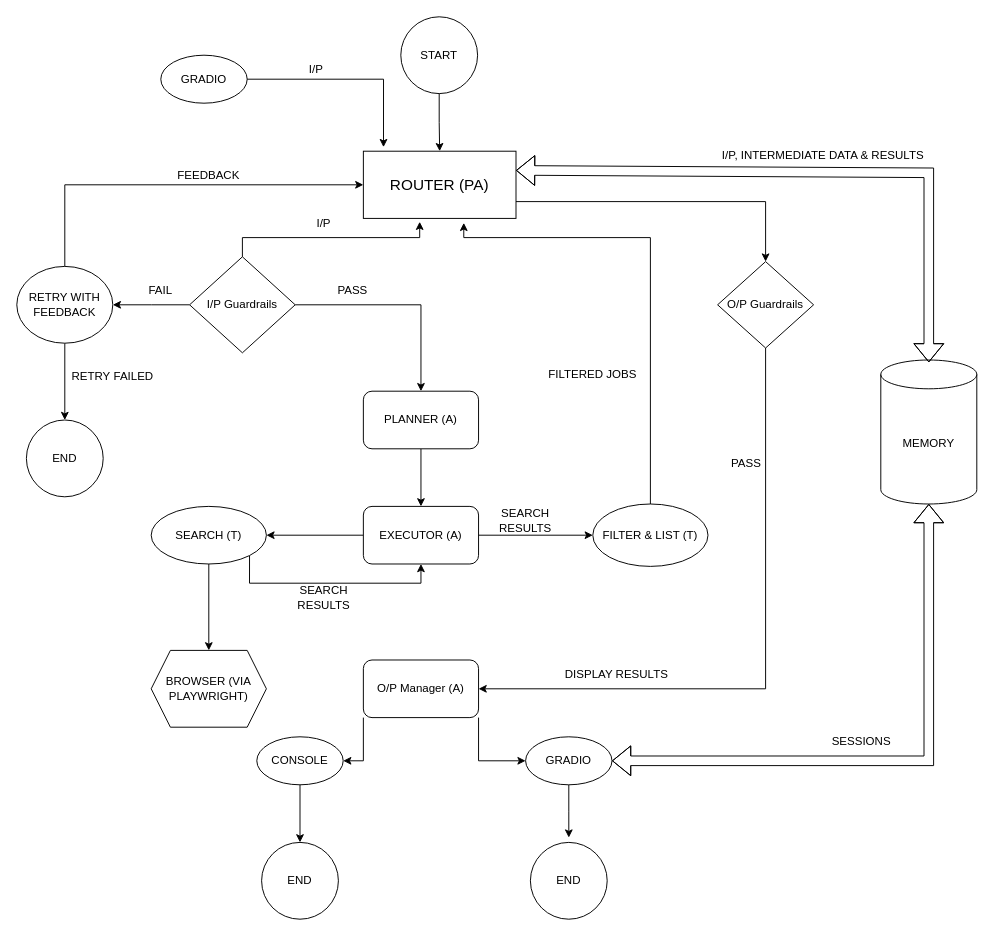
Earlier version of the draw.io diagram 4_langgraph/community_contributions/a3_igniters_amitb/langgraph_assignment.drawio (ed-donner/agents). Source tidied: cells renumbered, new cells numbered last; positions are measured from the earlier drawing's top-left corner, leaving out a move shared by most shapes. Both pictures are drawn from the tidied source at 96%, with x=0, y=0 at pixel (16, 16).
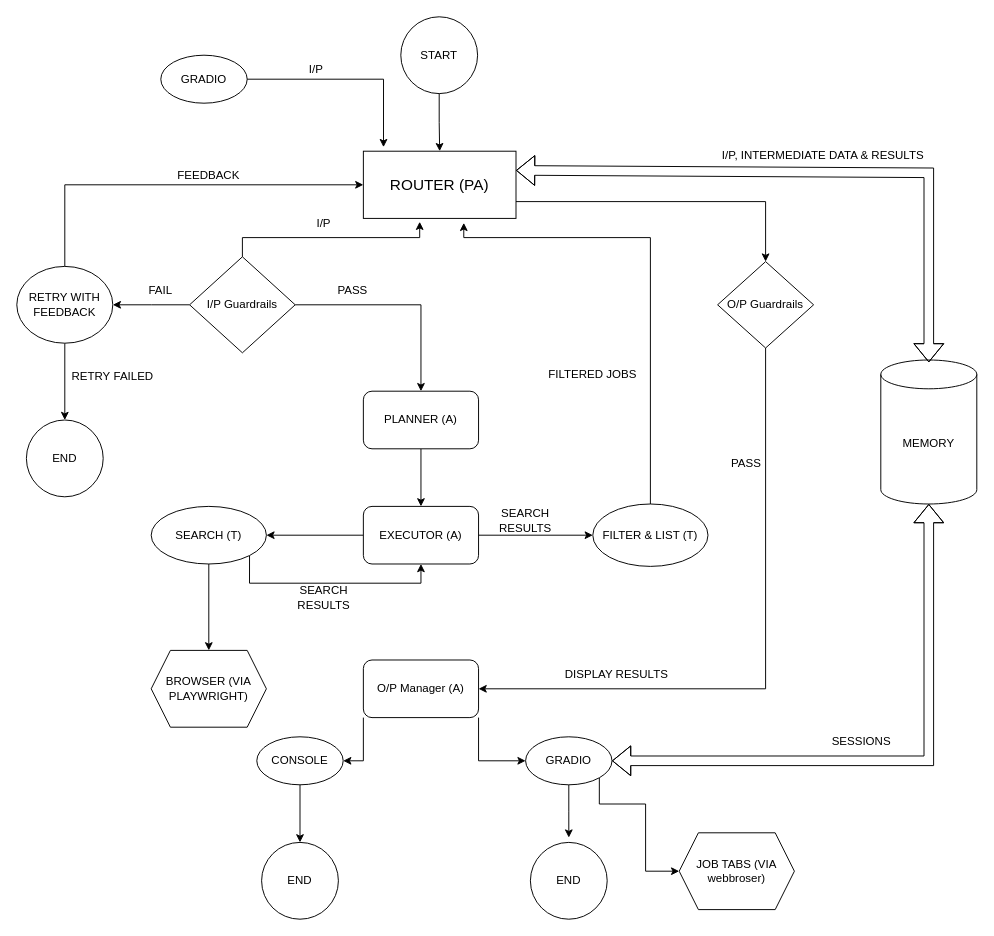
After the change.

The change refers to these unchanged cells:
```xml
<mxCell id="37" value="GRADIO" style="ellipse;whiteSpace=wrap;html=1;" parent="1" vertex="1">
  <mxGeometry x="530" y="750" width="90" height="50" as="geometry" />
</mxCell>
```

What changed in the source:
```diff
@@
+    <mxCell id="54" style="edgeStyle=orthogonalEdgeStyle;rounded=0;jettySize=auto;html=1;exitX=1;exitY=1;exitDx=0;exitDy=0;entryX=0;entryY=0.5;entryDx=0;entryDy=0;" parent="1" edge="1" source="37" target="55">
+      <mxGeometry relative="1" as="geometry">
+        <Array as="points">
+          <mxPoint x="607" y="820" />
+          <mxPoint x="655" y="820" />
+          <mxPoint x="655" y="890" />
+        </Array>
+      </mxGeometry>
+    </mxCell>
@@
+    <mxCell id="55" value="JOB TABS (VIA webbroser)" style="shape=hexagon;perimeter=hexagonPerimeter2;whiteSpace=wrap;html=1;fixedSize=1;" parent="1" vertex="1">
+      <mxGeometry x="690" y="850" width="120" height="80" as="geometry" />
+    </mxCell>
```
